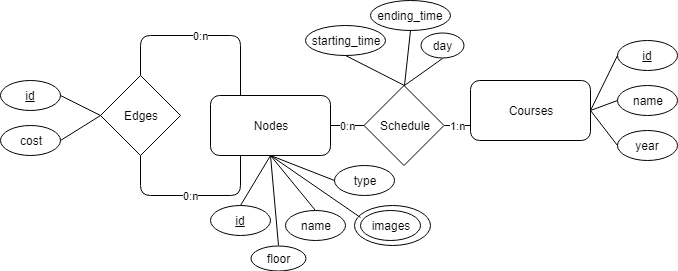
This is project_ARGuide/information_architecture/ER Diagram(s)/image format/Building ER Diagram.png from Alexandru2909/Software-Engineering-E2, a draw.io export, as it was before one commit. Source tidied: cells renumbered, new cells last; positions are measured from the earlier drawing's top-left corner, leaving out a move shared by most shapes.
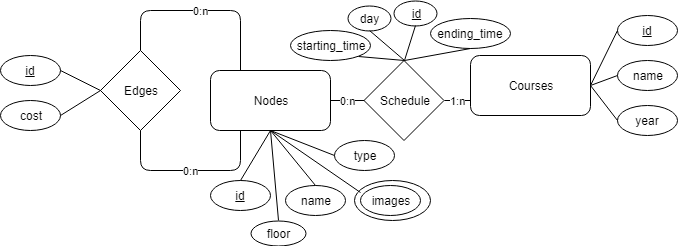
After the commit.

What changed in the source:
```diff
@@ -24,13 +24,13 @@
       <mxGeometry relative="1" as="geometry" />
     </mxCell>
     <mxCell id="9" value="starting_time" style="ellipse;whiteSpace=wrap;html=1;" parent="1" vertex="1">
-      <mxGeometry x="305" y="25" width="80" height="30" as="geometry" />
+      <mxGeometry x="290" y="55" width="80" height="30" as="geometry" />
     </mxCell>
     <mxCell id="10" value="ending_time" style="ellipse;whiteSpace=wrap;html=1;" parent="1" vertex="1">
-      <mxGeometry x="370" width="80" height="30" as="geometry" />
+      <mxGeometry x="430" y="42.5" width="80" height="30" as="geometry" />
     </mxCell>
     <mxCell id="11" value="day" style="ellipse;whiteSpace=wrap;html=1;" parent="1" vertex="1">
-      <mxGeometry x="420" y="32.5" width="43" height="25" as="geometry" />
+      <mxGeometry x="347" y="30" width="43" height="25" as="geometry" />
     </mxCell>
     <mxCell id="12" value="floor" style="ellipse;whiteSpace=wrap;html=1;" parent="1" vertex="1">
       <mxGeometry x="250" y="245" width="55" height="25" as="geometry" />
@@ -93,7 +93,7 @@
     <mxCell id="28" style="endArrow=none;html=1;entryX=0.5;entryY=1;entryDx=0;entryDy=0;exitX=0.5;exitY=0;exitDx=0;exitDy=0;" parent="1" edge="1" source="6" target="11">
       <mxGeometry relative="1" as="geometry" />
     </mxCell>
-    <mxCell id="29" style="endArrow=none;html=1;entryX=0.5;entryY=1;entryDx=0;entryDy=0;exitX=0.5;exitY=0;exitDx=0;exitDy=0;" parent="1" edge="1" source="6" target="9">
+    <mxCell id="29" style="endArrow=none;html=1;exitX=0.5;exitY=0;exitDx=0;exitDy=0;entryX=1;entryY=1;entryDx=0;entryDy=0;" parent="1" edge="1" source="6" target="9">
       <mxGeometry relative="1" as="geometry" />
     </mxCell>
     <mxCell id="30" style="endArrow=none;html=1;entryX=0;entryY=0.5;entryDx=0;entryDy=0;exitX=1;exitY=0.5;exitDx=0;exitDy=0;" parent="1" edge="1" source="5" target="19">
@@ -119,5 +119,11 @@
         <mxPoint x="270" y="155" as="targetPoint" />
       </mxGeometry>
     </mxCell>
+    <mxCell id="37" value="id" style="ellipse;whiteSpace=wrap;html=1;fontStyle=4;" parent="1" vertex="1">
+      <mxGeometry x="393.5" y="25" width="43" height="25" as="geometry" />
+    </mxCell>
+    <mxCell id="38" style="endArrow=none;html=1;entryX=0.5;entryY=1;entryDx=0;entryDy=0;exitX=0.5;exitY=0;exitDx=0;exitDy=0;" parent="1" edge="1" source="6" target="37">
+      <mxGeometry relative="1" as="geometry" />
+    </mxCell>
   </root>
 </mxGraphModel>
```
